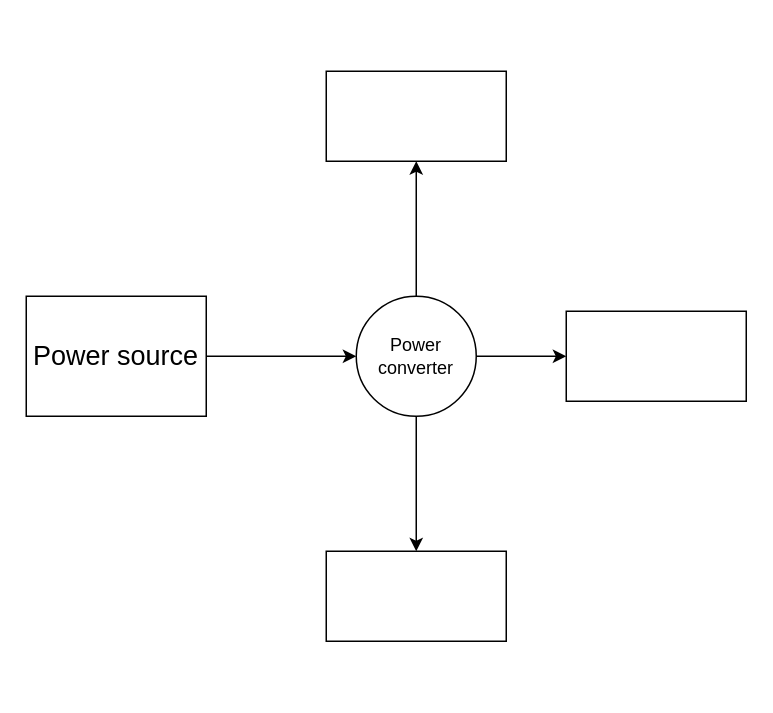
K2ayzz/ForDrawIO keeps this draw.io diagram as Project_overall.drawio. Above is the earlier version. Source tidied: cells renumbered, new cells numbered last; positions are measured from the earlier drawing's top-left corner, leaving out a move shared by most shapes. Both pictures are drawn from the tidied source at 150%, with x=0, y=0 at pixel (26, 70).
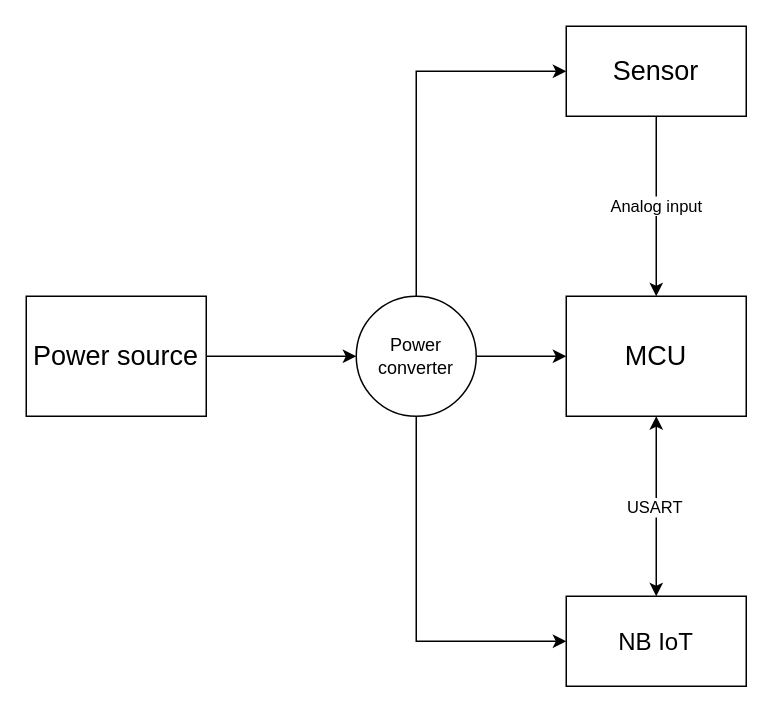
The same diagram, later.

Commit message (it also covers changes not shown here):
Cập nhật Project_overall.drawio

Diff of the diagram source:
```diff
@@
 <mxGraphModel>
   <root>
     <mxCell id="0" />
     <mxCell id="1" parent="0" />
     <mxCell id="2" style="edgeStyle=orthogonalEdgeStyle;rounded=0;jettySize=auto;html=1;" parent="1" edge="1" source="3" target="7">
       <mxGeometry relative="1" as="geometry" />
     </mxCell>
     <mxCell id="3" value="&lt;font style=&quot;font-size: 18px;&quot;&gt;Power source&lt;/font&gt;" style="rounded=0;whiteSpace=wrap;html=1;" parent="1" vertex="1">
       <mxGeometry y="150" width="120" height="80" as="geometry" />
     </mxCell>
-    <mxCell id="4" style="edgeStyle=orthogonalEdgeStyle;rounded=0;jettySize=auto;html=1;" parent="1" edge="1" source="7" target="8">
-      <mxGeometry relative="1" as="geometry" />
+    <mxCell id="4" style="edgeStyle=orthogonalEdgeStyle;rounded=0;jettySize=auto;html=1;exitX=0.5;exitY=0;exitDx=0;exitDy=0;" parent="1" edge="1" source="7" target="8">
+      <mxGeometry relative="1" as="geometry">
+        <Array as="points">
+          <mxPoint x="260" />
+        </Array>
+      </mxGeometry>
     </mxCell>
     <mxCell id="5" style="edgeStyle=orthogonalEdgeStyle;rounded=0;jettySize=auto;html=1;" parent="1" edge="1" source="7" target="9">
       <mxGeometry relative="1" as="geometry" />
     </mxCell>
-    <mxCell id="6" style="edgeStyle=orthogonalEdgeStyle;rounded=0;jettySize=auto;html=1;" parent="1" edge="1" source="7" target="10">
+    <mxCell id="6" style="edgeStyle=orthogonalEdgeStyle;rounded=0;jettySize=auto;html=1;exitX=0.5;exitY=1;exitDx=0;exitDy=0;entryX=0;entryY=0.5;entryDx=0;entryDy=0;" parent="1" edge="1" source="7" target="10">
       <mxGeometry relative="1" as="geometry" />
     </mxCell>
     <mxCell id="7" value="Power converter" style="ellipse;whiteSpace=wrap;html=1;rounded=0;" parent="1" vertex="1">
       <mxGeometry x="220" y="150" width="80" height="80" as="geometry" />
     </mxCell>
-    <mxCell id="8" style="whiteSpace=wrap;html=1;rounded=0;" parent="1" vertex="1">
-      <mxGeometry x="200" width="120" height="60" as="geometry" />
+    <mxCell id="8" value="&lt;font style=&quot;font-size: 18px;&quot;&gt;Sensor&lt;/font&gt;" style="whiteSpace=wrap;html=1;rounded=0;" parent="1" vertex="1">
+      <mxGeometry x="360" y="-30" width="120" height="60" as="geometry" />
     </mxCell>
-    <mxCell id="9" style="whiteSpace=wrap;html=1;rounded=0;" parent="1" vertex="1">
-      <mxGeometry x="360" y="160" width="120" height="60" as="geometry" />
+    <mxCell id="9" value="&lt;font style=&quot;font-size: 18px;&quot;&gt;MCU&lt;/font&gt;" style="whiteSpace=wrap;html=1;rounded=0;" parent="1" vertex="1">
+      <mxGeometry x="360" y="150" width="120" height="80" as="geometry" />
     </mxCell>
-    <mxCell id="10" style="whiteSpace=wrap;html=1;rounded=0;" parent="1" vertex="1">
-      <mxGeometry x="200" y="320" width="120" height="60" as="geometry" />
+    <mxCell id="10" value="&lt;font size=&quot;3&quot;&gt;NB IoT&lt;/font&gt;" style="whiteSpace=wrap;html=1;rounded=0;" parent="1" vertex="1">
+      <mxGeometry x="360" y="350" width="120" height="60" as="geometry" />
     </mxCell>
+    <mxCell id="11" value="Analog input" style="edgeStyle=orthogonalEdgeStyle;rounded=0;jettySize=auto;html=1;exitX=0.5;exitY=1;exitDx=0;exitDy=0;entryX=0.5;entryY=0;entryDx=0;entryDy=0;" parent="1" edge="1" source="8" target="9">
+      <mxGeometry relative="1" as="geometry" />
+    </mxCell>
+    <mxCell id="12" style="endArrow=classic;startArrow=classic;html=1;rounded=0;exitX=0.5;exitY=0;exitDx=0;exitDy=0;entryX=0.5;entryY=1;entryDx=0;entryDy=0;" parent="1" edge="1" source="10" target="9">
+      <mxGeometry relative="1" as="geometry" />
+    </mxCell>
+    <mxCell id="13" value="USART" style="edgeLabel;html=1;align=center;verticalAlign=middle;" parent="12" vertex="1">
+      <mxGeometry y="2" relative="1" as="geometry" />
+    </mxCell>
   </root>
 </mxGraphModel>
```
